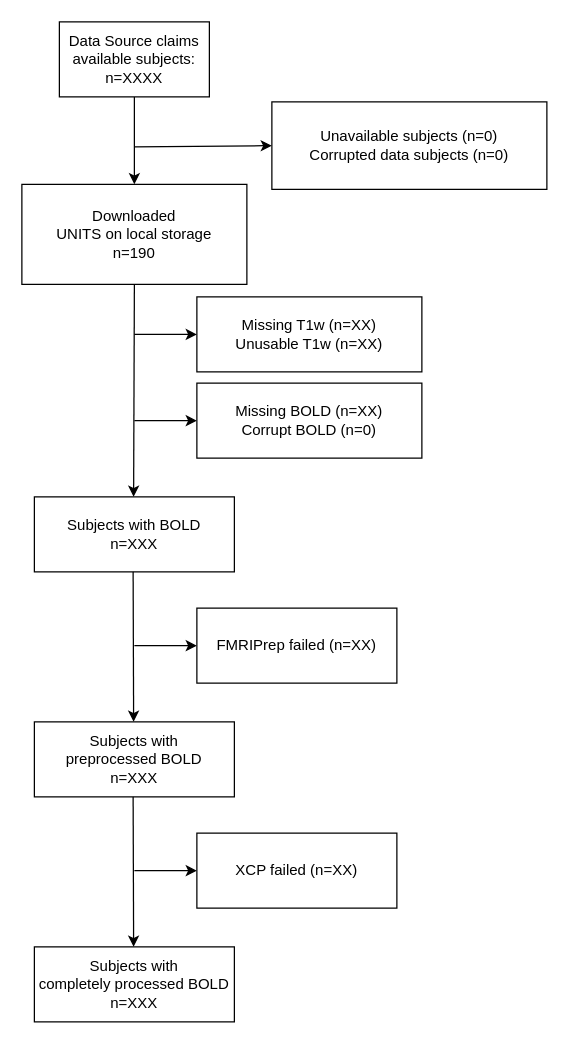
Before: PennLINC/CCNP_BIDS_Fix/participation.drawio in YumekaMengjiaLYU/RBC, a draw.io diagram. Source tidied: cells renumbered, new cells numbered last; positions are measured from the earlier drawing's top-left corner, leaving out a move shared by most shapes. Both pictures are drawn from the tidied source at 125%, with x=0, y=0 at pixel (21, 21).
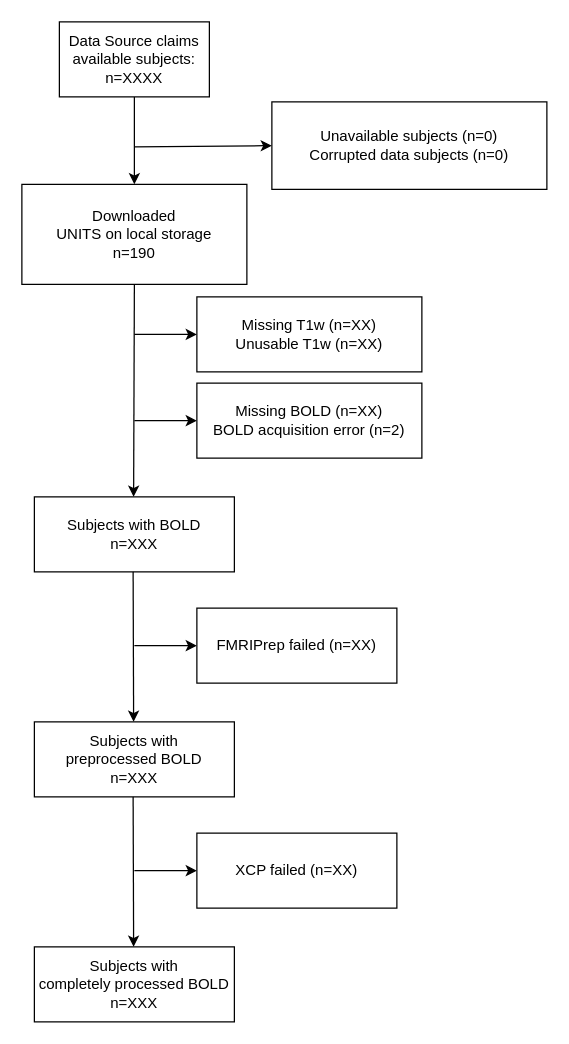
Above is the later version.

What changed in the source:
```diff
@@
-    <mxCell id="12" value="&lt;div&gt;Missing BOLD (n=XX)&lt;/div&gt;Corrupt BOLD (n=0)" style="rounded=0;whiteSpace=wrap;html=1;" parent="1" vertex="1">
+    <mxCell id="12" value="&lt;div&gt;Missing BOLD (n=XX)&lt;/div&gt;BOLD acquisition error (n=2)" style="rounded=0;whiteSpace=wrap;html=1;" parent="1" vertex="1">
       <mxGeometry x="140" y="289" width="180" height="60" as="geometry" />
     </mxCell>
```
